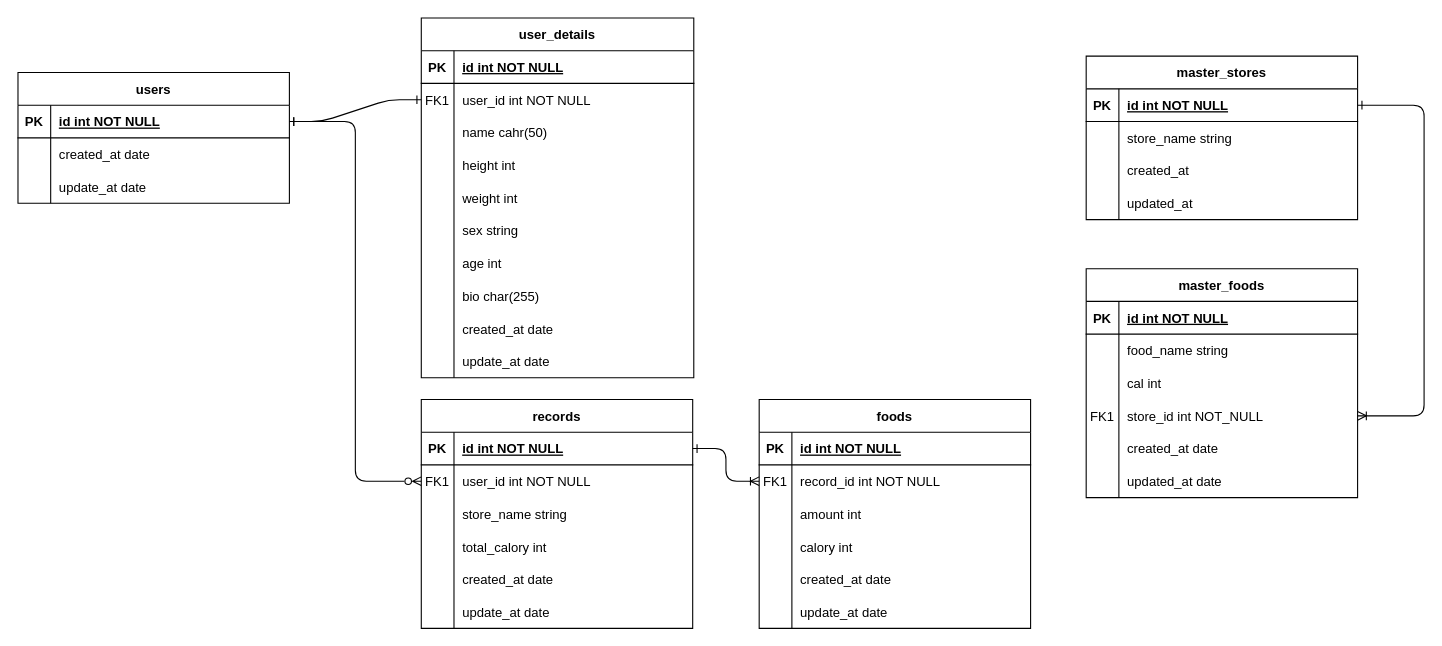
Earlier version of the draw.io diagram Entity-Relationship-Diagram.drawio (kouki515/Sati8n-Backend). Source tidied: cells renumbered, new cells numbered last; positions are measured from the earlier drawing's top-left corner, leaving out a move shared by most shapes. Both pictures are drawn from the tidied source at 109%, with x=0, y=0 at pixel (17, 17).
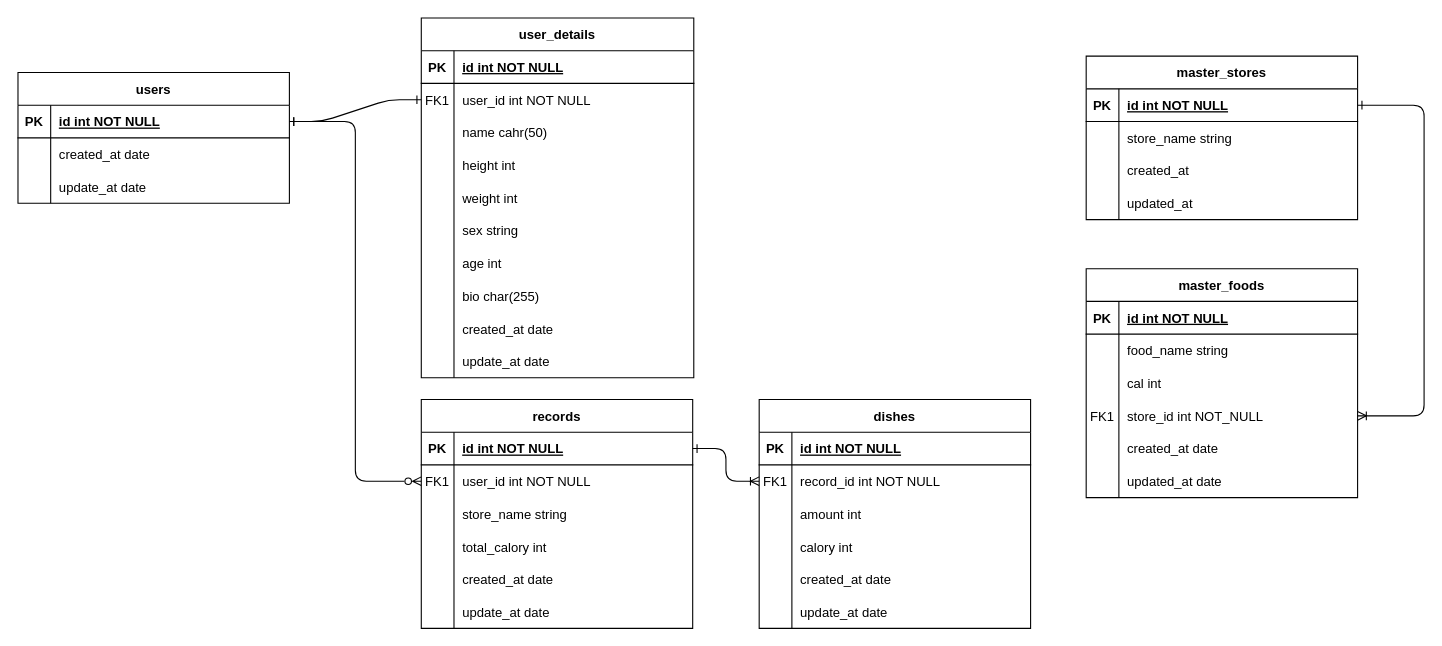
After the change.

Commit message:
update dish table name

The edit, as a diff of the source:
```diff
@@
-    <mxCell id="97" value="foods" style="shape=table;startSize=30;childLayout=tableLayout;rowLines=0;fontStyle=1;align=center;" parent="1" vertex="1">
+    <mxCell id="97" value="dishes" style="shape=table;startSize=30;childLayout=tableLayout;rowLines=0;fontStyle=1;align=center;" parent="1" vertex="1">
       <mxGeometry x="680" y="350" width="249" height="210" as="geometry" />
     </mxCell>
```
